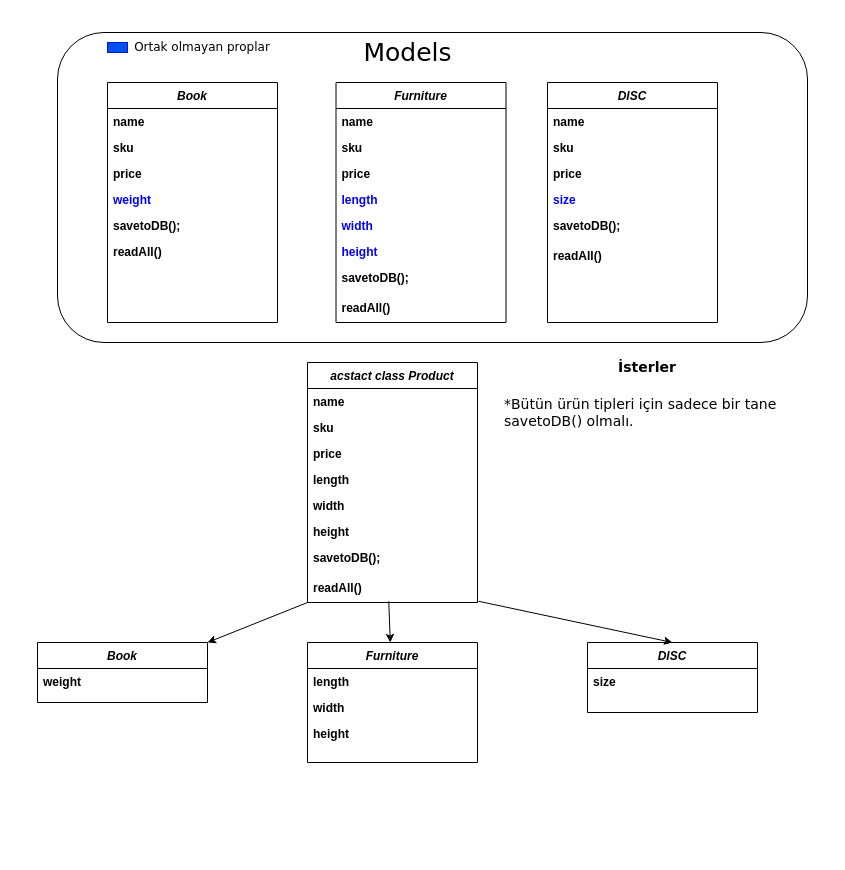
This is Untitled Diagram.drawio from KereBere/authOdevi_TS, a draw.io file, before an edit. Source tidied: cells renumbered, new cells numbered last; positions are measured from the earlier drawing's top-left corner, leaving out a move shared by most shapes. Both pictures are drawn from the tidied source at 100%, with x=0, y=0 at pixel (37, 32).
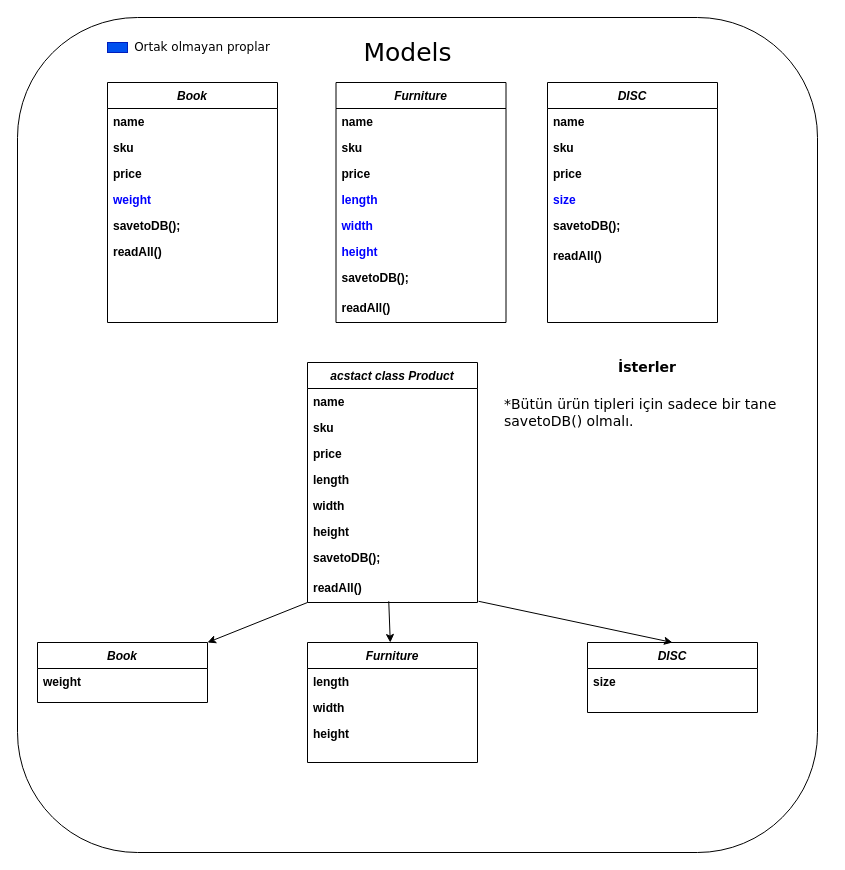
Above is the later version.

What changed in the source:
```diff
@@
-    <mxCell id="2" style="rounded=1;strokeWidth=1;fillColor=default;whiteSpace=wrap;html=1;labelBorderColor=none;labelBackgroundColor=default;fontFamily=Verdana;" parent="1" vertex="1">
-      <mxGeometry x="20" width="750" height="310" as="geometry" />
-    </mxCell>
+    <mxCell id="51" style="rounded=1;whiteSpace=wrap;html=1;labelBackgroundColor=#FFFFFF;labelBorderColor=#FFFFFF;fontFamily=Verdana;fontSize=14;fontColor=default;strokeWidth=1;fillColor=default;" parent="1" vertex="1">
+      <mxGeometry x="-20" y="-15" width="800" height="835" as="geometry" />
+    </mxCell>
```
